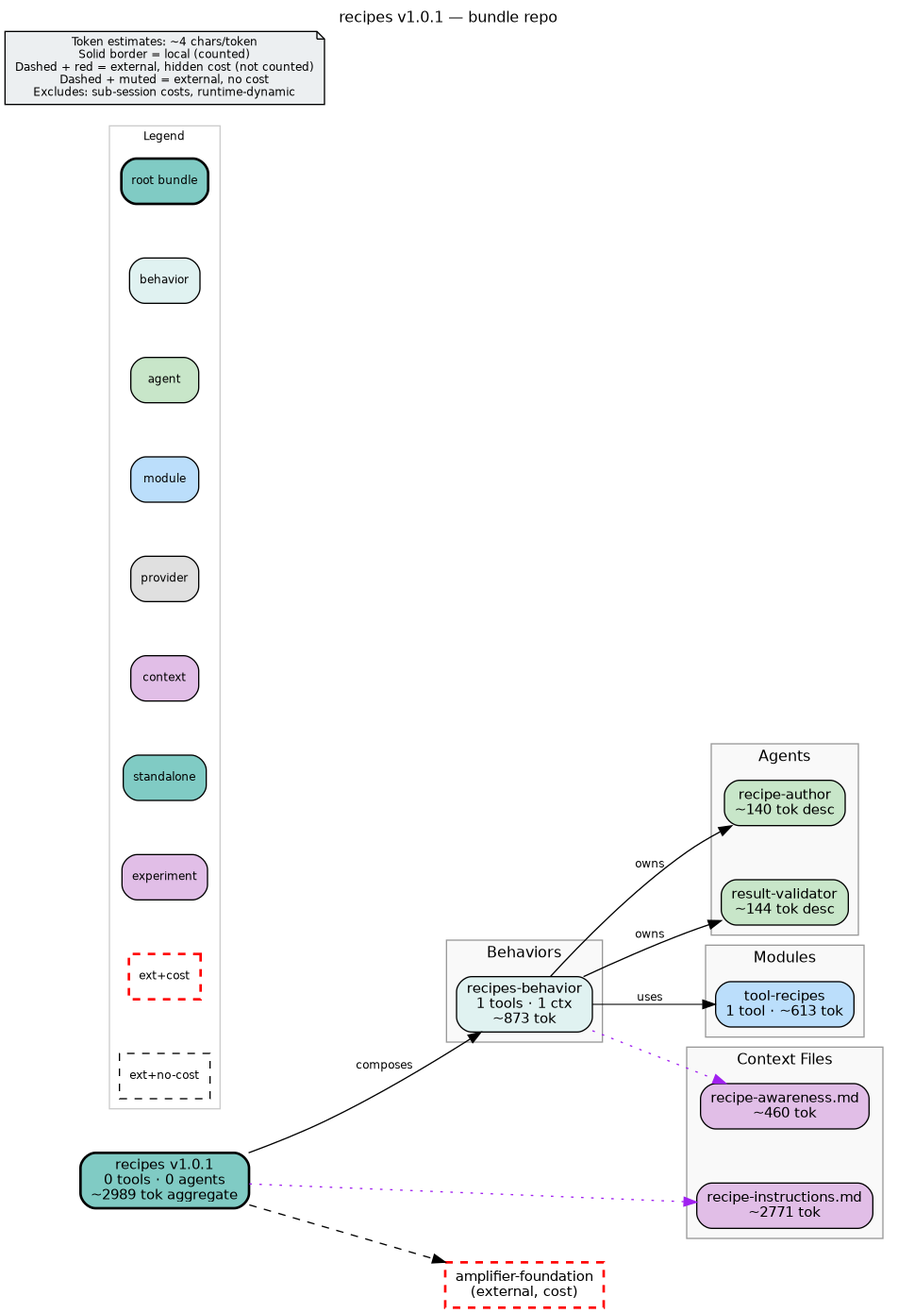
microsoft/amplifier-bundle-recipes keeps this Graphviz diagram as bundle.png. Above is the earlier version. Its source is kept beside it as bundle.dot.
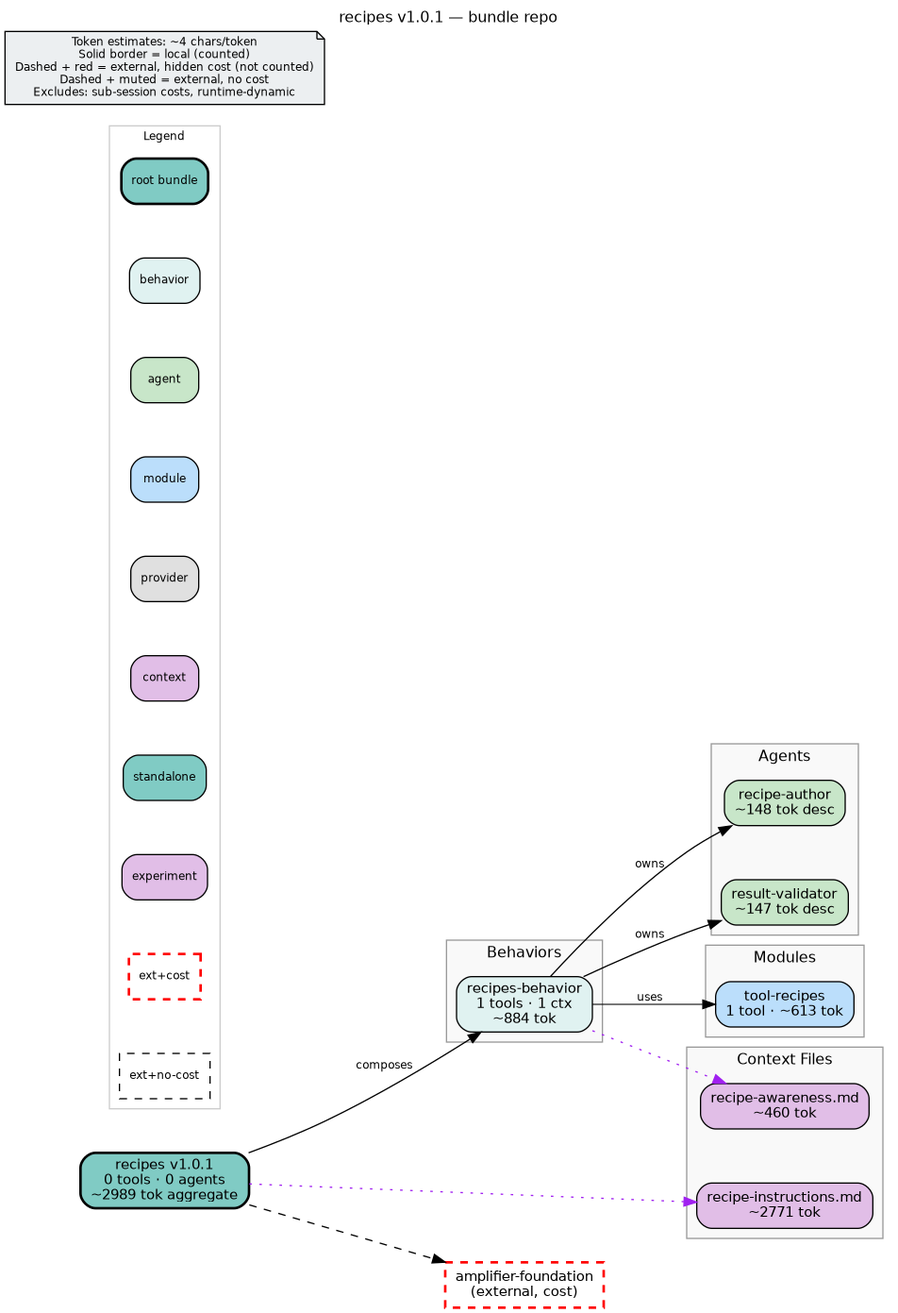
The same file after the commit.

What changed in the source:
```diff
@@ -8,7 +8,7 @@
     nodesep=0.6
     ranksep=0.7
     bgcolor="white"
-    source_hash="c92d9c6325b6d767bc7e1636bcd6aeceb1ff1024ad2e148101ed19baf2e232b9"
+    source_hash="b21cdb63b64fb6826316a1a36af16e9a4115648dc7b45a86500753809cdb447b"
 
     node [fontname="Helvetica", fontsize=11, style="filled,rounded"]
     edge [fontname="Helvetica", fontsize=9]
@@ -21,7 +21,7 @@
         fillcolor="#f9f9f9"
         color="#999999"
 
-        beh_recipes_behavior [label="recipes-behavior\n1 tools · 1 ctx\n~873 tok", shape=box, fillcolor="#e0f2f1", style="filled,rounded"]
+        beh_recipes_behavior [label="recipes-behavior\n1 tools · 1 ctx\n~884 tok", shape=box, fillcolor="#e0f2f1", style="filled,rounded"]
     }
 
     subgraph cluster_agents {
@@ -30,8 +30,8 @@
         fillcolor="#f9f9f9"
         color="#999999"
 
-        agt_recipe_author [label="recipe-author\n~140 tok desc", shape=box, fillcolor="#c8e6c9", style="filled,rounded"]
-        agt_result_validator [label="result-validator\n~144 tok desc", shape=box, fillcolor="#c8e6c9", style="filled,rounded"]
+        agt_recipe_author [label="recipe-author\n~148 tok desc", shape=box, fillcolor="#c8e6c9", style="filled,rounded"]
+        agt_result_validator [label="result-validator\n~147 tok desc", shape=box, fillcolor="#c8e6c9", style="filled,rounded"]
     }
 
     subgraph cluster_modules {
```
